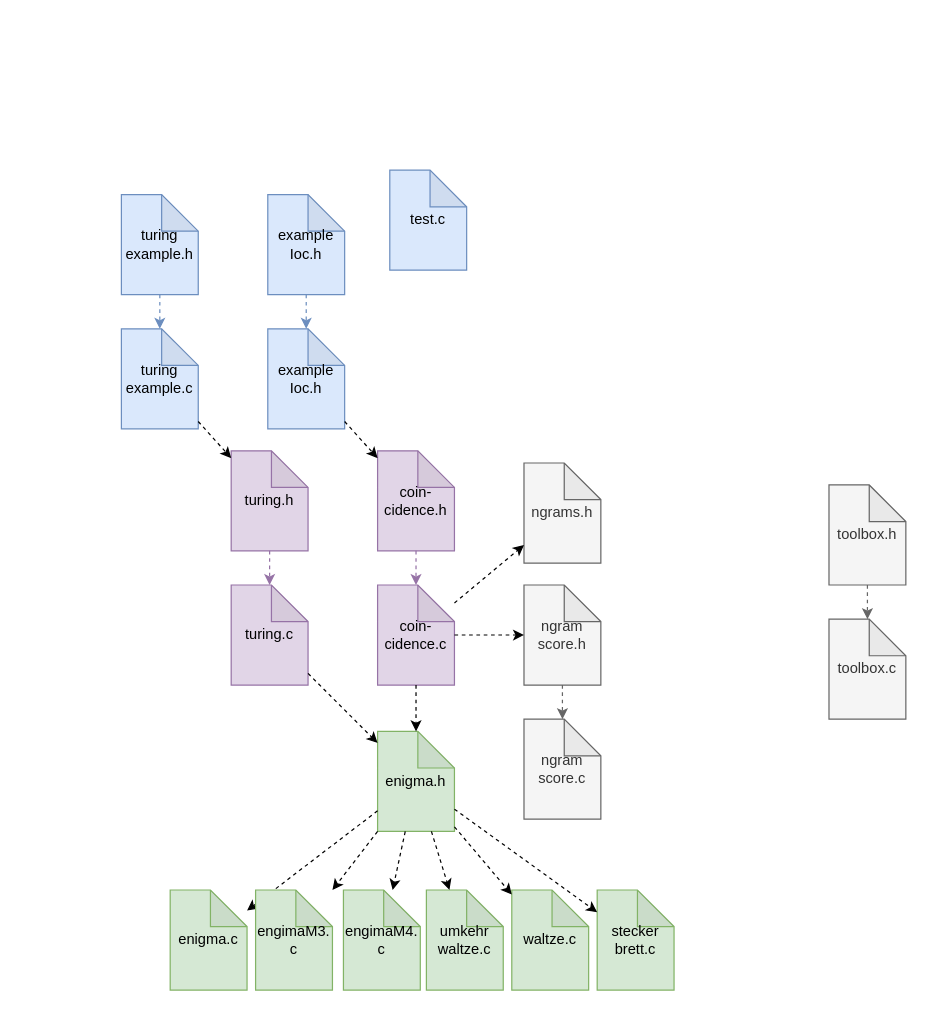
scubajorgen/enigma_c keeps this draw.io diagram as page "code" (2 of 3) of images/enigma.drawio. Above is the earlier version. Source tidied: cells renumbered, new cells numbered last; positions are measured from the earlier drawing's top-left corner, leaving out a move shared by most shapes. Both pictures are drawn from the tidied source at 122%, with x=0, y=0 at pixel (121, 170).
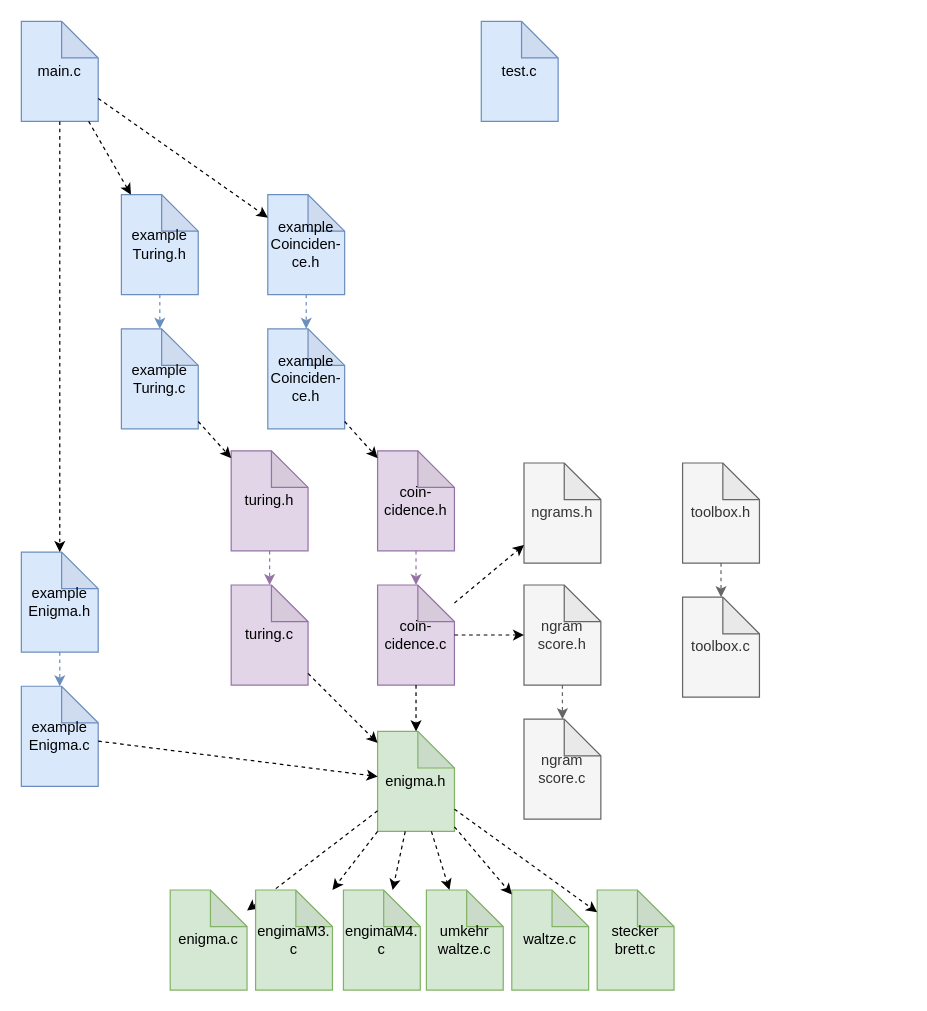
The same page after the edit.

The change refers to these unchanged cells:
```xml
<mxCell id="2" value="enigma.h" style="shape=note;whiteSpace=wrap;html=1;backgroundOutline=1;darkOpacity=0.05;fillColor=#d5e8d4;strokeColor=#82b366;" parent="1" vertex="1">
  <mxGeometry x="210" y="460" width="63" height="82" as="geometry" />
</mxCell>
```

What changed in the source:
```diff
@@
     <mxCell id="13" value="toolbox.h" style="shape=note;whiteSpace=wrap;html=1;backgroundOutline=1;darkOpacity=0.05;fillColor=#f5f5f5;fontColor=#333333;strokeColor=#666666;" parent="1" vertex="1">
-      <mxGeometry x="580" y="258" width="63" height="82" as="geometry" />
+      <mxGeometry x="460" y="240" width="63" height="82" as="geometry" />
     </mxCell>
     <mxCell id="14" value="toolbox.c" style="shape=note;whiteSpace=wrap;html=1;backgroundOutline=1;darkOpacity=0.05;fillColor=#f5f5f5;fontColor=#333333;strokeColor=#666666;" parent="1" vertex="1">
-      <mxGeometry x="580" y="368" width="63" height="82" as="geometry" />
+      <mxGeometry x="460" y="350" width="63" height="82" as="geometry" />
     </mxCell>
@@
-    <mxCell id="24" value="turing&lt;br&gt;example.h" style="shape=note;whiteSpace=wrap;html=1;backgroundOutline=1;darkOpacity=0.05;fillColor=#dae8fc;strokeColor=#6c8ebf;" parent="1" vertex="1">
+    <mxCell id="24" value="example&lt;br&gt;Turing.h" style="shape=note;whiteSpace=wrap;html=1;backgroundOutline=1;darkOpacity=0.05;fillColor=#dae8fc;strokeColor=#6c8ebf;" parent="1" vertex="1">
       <mxGeometry y="20" width="63" height="82" as="geometry" />
     </mxCell>
-    <mxCell id="25" value="turing&lt;br&gt;example.c" style="shape=note;whiteSpace=wrap;html=1;backgroundOutline=1;darkOpacity=0.05;fillColor=#dae8fc;strokeColor=#6c8ebf;" parent="1" vertex="1">
+    <mxCell id="25" value="example&lt;br&gt;Turing.c" style="shape=note;whiteSpace=wrap;html=1;backgroundOutline=1;darkOpacity=0.05;fillColor=#dae8fc;strokeColor=#6c8ebf;" parent="1" vertex="1">
       <mxGeometry y="130" width="63" height="82" as="geometry" />
     </mxCell>
@@
-    <mxCell id="34" value="test.c" style="shape=note;whiteSpace=wrap;html=1;backgroundOutline=1;darkOpacity=0.05;fillColor=#dae8fc;strokeColor=#6c8ebf;" parent="1" vertex="1">
-      <mxGeometry x="220" width="63" height="82" as="geometry" />
+    <mxCell id="34" value="main.c" style="shape=note;whiteSpace=wrap;html=1;backgroundOutline=1;darkOpacity=0.05;fillColor=#dae8fc;strokeColor=#6c8ebf;" parent="1" vertex="1">
+      <mxGeometry x="-82" y="-122" width="63" height="82" as="geometry" />
     </mxCell>
-    <mxCell id="35" value="example&lt;br&gt;Ioc.h" style="shape=note;whiteSpace=wrap;html=1;backgroundOutline=1;darkOpacity=0.05;fillColor=#dae8fc;strokeColor=#6c8ebf;" parent="1" vertex="1">
+    <mxCell id="35" value="example&lt;br&gt;Coinciden-ce.h" style="shape=note;whiteSpace=wrap;html=1;backgroundOutline=1;darkOpacity=0.05;fillColor=#dae8fc;strokeColor=#6c8ebf;" parent="1" vertex="1">
       <mxGeometry x="120" y="20" width="63" height="82" as="geometry" />
     </mxCell>
-    <mxCell id="36" value="example&lt;br&gt;Ioc.h" style="shape=note;whiteSpace=wrap;html=1;backgroundOutline=1;darkOpacity=0.05;fillColor=#dae8fc;strokeColor=#6c8ebf;" parent="1" vertex="1">
+    <mxCell id="36" value="example&lt;br&gt;Coinciden-&lt;br&gt;ce.h" style="shape=note;whiteSpace=wrap;html=1;backgroundOutline=1;darkOpacity=0.05;fillColor=#dae8fc;strokeColor=#6c8ebf;" parent="1" vertex="1">
       <mxGeometry x="120" y="130" width="63" height="82" as="geometry" />
     </mxCell>
@@
+    <mxCell id="41" value="example&lt;br&gt;Enigma.h" style="shape=note;whiteSpace=wrap;html=1;backgroundOutline=1;darkOpacity=0.05;fillColor=#dae8fc;strokeColor=#6c8ebf;" parent="1" vertex="1">
+      <mxGeometry x="-82" y="313" width="63" height="82" as="geometry" />
+    </mxCell>
+    <mxCell id="42" value="example&lt;br&gt;Enigma.c" style="shape=note;whiteSpace=wrap;html=1;backgroundOutline=1;darkOpacity=0.05;fillColor=#dae8fc;strokeColor=#6c8ebf;" parent="1" vertex="1">
+      <mxGeometry x="-82" y="423" width="63" height="82" as="geometry" />
+    </mxCell>
+    <mxCell id="43" style="endArrow=classic;html=1;rounded=0;dashed=1;fillColor=#dae8fc;strokeColor=#6c8ebf;" parent="1" edge="1" source="41" target="42">
+      <mxGeometry relative="1" as="geometry" />
+    </mxCell>
+    <mxCell id="44" style="endArrow=classic;html=1;rounded=0;dashed=1;" parent="1" edge="1" source="42" target="2">
+      <mxGeometry relative="1" as="geometry" />
+    </mxCell>
+    <mxCell id="45" value="test.c" style="shape=note;whiteSpace=wrap;html=1;backgroundOutline=1;darkOpacity=0.05;fillColor=#dae8fc;strokeColor=#6c8ebf;" parent="1" vertex="1">
+      <mxGeometry x="295" y="-122" width="63" height="82" as="geometry" />
+    </mxCell>
+    <mxCell id="46" style="endArrow=classic;html=1;rounded=0;dashed=1;" parent="1" edge="1" source="34" target="41">
+      <mxGeometry relative="1" as="geometry" />
+    </mxCell>
+    <mxCell id="47" style="endArrow=classic;html=1;rounded=0;dashed=1;" parent="1" edge="1" source="34" target="24">
+      <mxGeometry relative="1" as="geometry" />
+    </mxCell>
+    <mxCell id="48" style="endArrow=classic;html=1;rounded=0;dashed=1;" parent="1" edge="1" source="34" target="35">
+      <mxGeometry relative="1" as="geometry" />
+    </mxCell>
```
